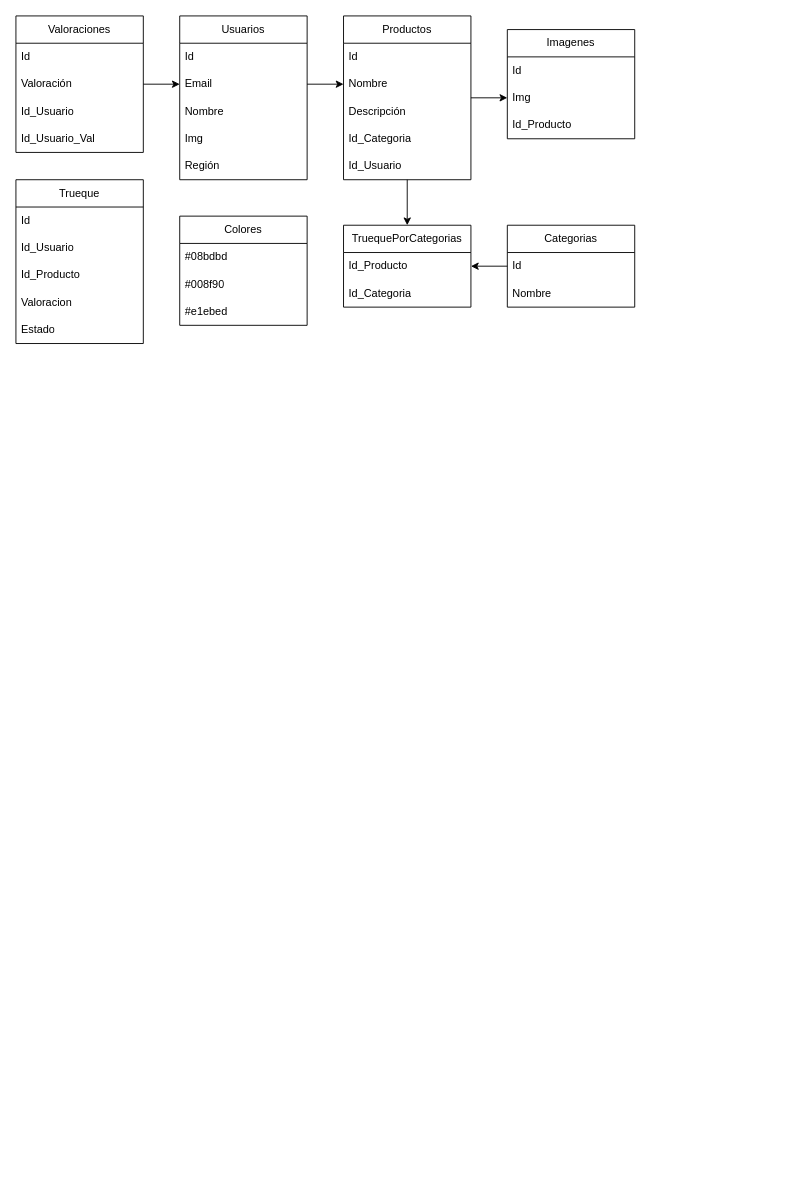
TheNefelin/Kambio_.NetCore keeps this draw.io diagram as Requerimiento/Kambio.drawio. Above is the earlier version. Source tidied: cells renumbered, new cells numbered last; positions are measured from the earlier drawing's top-left corner, leaving out a move shared by most shapes. Both pictures are drawn from the tidied source at 91%, with x=0, y=0 at pixel (15, 15).
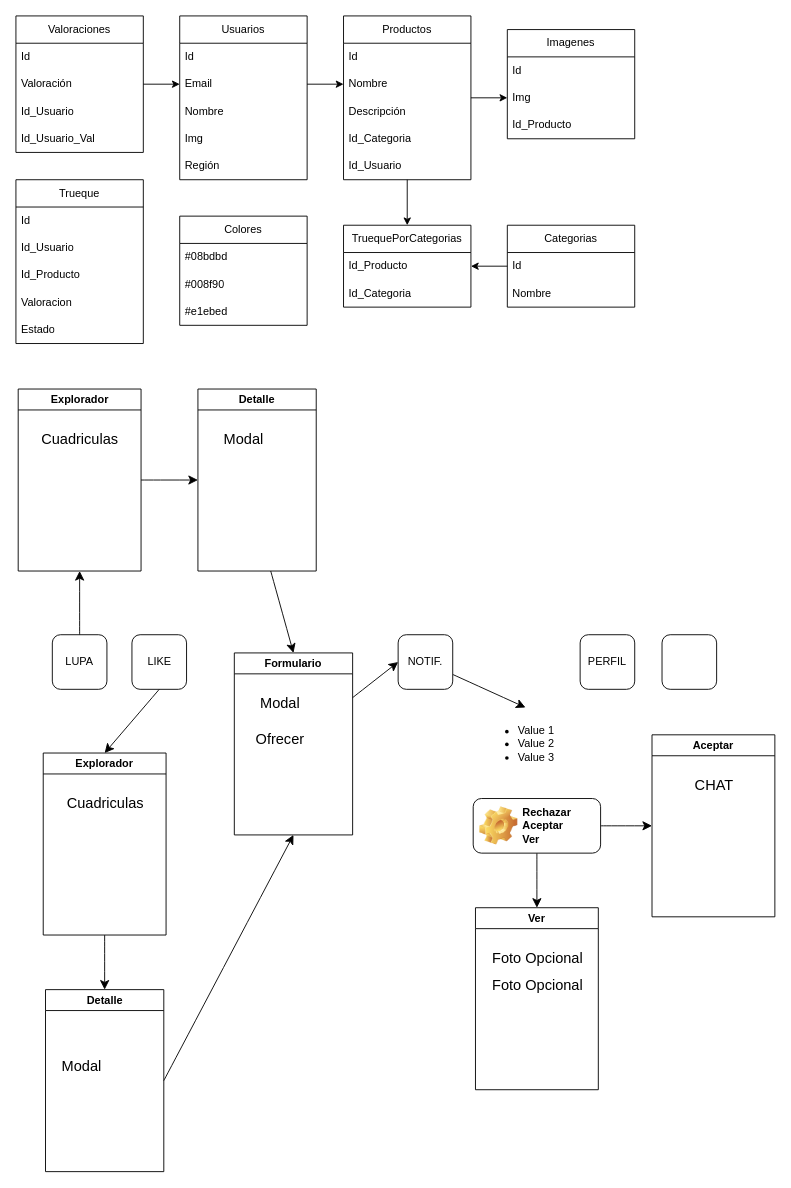
The same page after the edit.

Change to the diagram source:
```diff
@@
+    <mxCell id="44" style="edgeStyle=none;curved=1;rounded=0;jettySize=auto;html=1;entryX=0;entryY=0.5;entryDx=0;entryDy=0;fontSize=12;startSize=8;endSize=8;" parent="1" edge="1" source="45" target="56">
+      <mxGeometry relative="1" as="geometry" />
+    </mxCell>
+    <mxCell id="45" value="Explorador" style="swimlane;whiteSpace=wrap;html=1;" parent="1" vertex="1">
+      <mxGeometry x="2.5" y="410" width="135" height="200" as="geometry" />
+    </mxCell>
+    <mxCell id="46" value="Cuadriculas" style="text;html=1;align=center;verticalAlign=middle;strokeColor=none;fillColor=none;fontSize=16;" parent="45" vertex="1">
+      <mxGeometry x="12.5" y="40" width="110" height="30" as="geometry" />
+    </mxCell>
+    <mxCell id="47" style="edgeStyle=none;curved=1;rounded=0;jettySize=auto;html=1;entryX=0.5;entryY=1;entryDx=0;entryDy=0;fontSize=12;startSize=8;endSize=8;" parent="1" edge="1" source="48" target="45">
+      <mxGeometry relative="1" as="geometry" />
+    </mxCell>
+    <mxCell id="48" value="LUPA" style="rounded=1;whiteSpace=wrap;html=1;" parent="1" vertex="1">
+      <mxGeometry x="40" y="680" width="60" height="60" as="geometry" />
+    </mxCell>
+    <mxCell id="49" style="rounded=1;whiteSpace=wrap;html=1;" parent="1" vertex="1">
+      <mxGeometry x="710" y="680" width="60" height="60" as="geometry" />
+    </mxCell>
+    <mxCell id="50" style="edgeStyle=none;curved=1;rounded=0;jettySize=auto;html=1;fontSize=12;startSize=8;endSize=8;entryX=0.5;entryY=0;entryDx=0;entryDy=0;exitX=0.5;exitY=1;exitDx=0;exitDy=0;" parent="1" edge="1" source="51" target="62">
+      <mxGeometry relative="1" as="geometry" />
+    </mxCell>
+    <mxCell id="51" value="LIKE" style="rounded=1;whiteSpace=wrap;html=1;" parent="1" vertex="1">
+      <mxGeometry x="127.5" y="680" width="60" height="60" as="geometry" />
+    </mxCell>
+    <mxCell id="52" style="edgeStyle=none;curved=1;rounded=0;jettySize=auto;html=1;entryX=0.5;entryY=0;entryDx=0;entryDy=0;fontSize=12;startSize=8;endSize=8;" parent="1" edge="1" source="53" target="64">
+      <mxGeometry relative="1" as="geometry" />
+    </mxCell>
+    <mxCell id="53" value="NOTIF." style="rounded=1;whiteSpace=wrap;html=1;" parent="1" vertex="1">
+      <mxGeometry x="420" y="680" width="60" height="60" as="geometry" />
+    </mxCell>
+    <mxCell id="54" value="PERFIL" style="rounded=1;whiteSpace=wrap;html=1;" parent="1" vertex="1">
+      <mxGeometry x="620" y="680" width="60" height="60" as="geometry" />
+    </mxCell>
+    <mxCell id="55" style="edgeStyle=none;curved=1;rounded=0;jettySize=auto;html=1;entryX=0.5;entryY=0;entryDx=0;entryDy=0;fontSize=12;startSize=8;endSize=8;" parent="1" edge="1" target="66">
+      <mxGeometry relative="1" as="geometry">
+        <mxPoint x="280" y="610" as="sourcePoint" />
+      </mxGeometry>
+    </mxCell>
+    <mxCell id="56" value="Detalle" style="swimlane;whiteSpace=wrap;html=1;" parent="1" vertex="1">
+      <mxGeometry x="200" y="410" width="130" height="200" as="geometry" />
+    </mxCell>
+    <mxCell id="57" value="Modal" style="text;html=1;align=center;verticalAlign=middle;strokeColor=none;fillColor=none;fontSize=16;" parent="56" vertex="1">
+      <mxGeometry x="15" y="40" width="70" height="30" as="geometry" />
+    </mxCell>
+    <mxCell id="58" style="edgeStyle=none;curved=1;rounded=0;jettySize=auto;html=1;entryX=0.5;entryY=0;entryDx=0;entryDy=0;fontSize=12;startSize=8;endSize=8;exitX=0.5;exitY=1;exitDx=0;exitDy=0;" parent="1" edge="1" source="62" target="60">
+      <mxGeometry relative="1" as="geometry" />
+    </mxCell>
+    <mxCell id="59" style="edgeStyle=none;curved=1;rounded=0;jettySize=auto;html=1;entryX=0.5;entryY=1;entryDx=0;entryDy=0;fontSize=12;startSize=8;endSize=8;exitX=1;exitY=0.5;exitDx=0;exitDy=0;" parent="1" edge="1" source="60" target="66">
+      <mxGeometry relative="1" as="geometry" />
+    </mxCell>
+    <mxCell id="60" value="Detalle" style="swimlane;whiteSpace=wrap;html=1;" parent="1" vertex="1">
+      <mxGeometry x="32.5" y="1070" width="130" height="200" as="geometry" />
+    </mxCell>
+    <mxCell id="61" value="Modal" style="text;html=1;align=center;verticalAlign=middle;strokeColor=none;fillColor=none;fontSize=16;" parent="60" vertex="1">
+      <mxGeometry x="4" y="69" width="70" height="30" as="geometry" />
+    </mxCell>
+    <mxCell id="62" value="Explorador" style="swimlane;whiteSpace=wrap;html=1;" parent="1" vertex="1">
+      <mxGeometry x="30" y="810" width="135" height="200" as="geometry" />
+    </mxCell>
+    <mxCell id="63" value="Cuadriculas" style="text;html=1;align=center;verticalAlign=middle;strokeColor=none;fillColor=none;fontSize=16;" parent="62" vertex="1">
+      <mxGeometry x="12.5" y="40" width="110" height="30" as="geometry" />
+    </mxCell>
+    <mxCell id="64" value="&lt;ul&gt;&lt;li&gt;Value 1&lt;/li&gt;&lt;li&gt;Value 2&lt;/li&gt;&lt;li&gt;Value 3&lt;/li&gt;&lt;/ul&gt;" style="text;strokeColor=none;fillColor=none;html=1;whiteSpace=wrap;verticalAlign=middle;overflow=hidden;" parent="1" vertex="1">
+      <mxGeometry x="510" y="760" width="100" height="80" as="geometry" />
+    </mxCell>
+    <mxCell id="65" style="edgeStyle=none;curved=1;rounded=0;jettySize=auto;html=1;entryX=0;entryY=0.5;entryDx=0;entryDy=0;fontSize=12;startSize=8;endSize=8;" parent="1" edge="1" source="66" target="53">
+      <mxGeometry relative="1" as="geometry" />
+    </mxCell>
+    <mxCell id="66" value="Formulario" style="swimlane;whiteSpace=wrap;html=1;" parent="1" vertex="1">
+      <mxGeometry x="240" y="700" width="130" height="200" as="geometry" />
+    </mxCell>
+    <mxCell id="67" value="Modal" style="text;html=1;align=center;verticalAlign=middle;strokeColor=none;fillColor=none;fontSize=16;" parent="66" vertex="1">
+      <mxGeometry x="15" y="40" width="70" height="30" as="geometry" />
+    </mxCell>
+    <mxCell id="68" value="Ofrecer" style="text;html=1;align=center;verticalAlign=middle;strokeColor=none;fillColor=none;fontSize=16;" parent="66" vertex="1">
+      <mxGeometry x="10" y="80" width="80" height="30" as="geometry" />
+    </mxCell>
+    <mxCell id="69" style="edgeStyle=none;curved=1;rounded=0;jettySize=auto;html=1;entryX=0;entryY=0.5;entryDx=0;entryDy=0;fontSize=12;startSize=8;endSize=8;" parent="1" edge="1" source="71" target="72">
+      <mxGeometry relative="1" as="geometry" />
+    </mxCell>
+    <mxCell id="70" style="edgeStyle=none;curved=1;rounded=0;jettySize=auto;html=1;fontSize=12;startSize=8;endSize=8;" parent="1" edge="1" source="71" target="74">
+      <mxGeometry relative="1" as="geometry" />
+    </mxCell>
+    <mxCell id="71" value="Rechazar&lt;br&gt;Aceptar&lt;div&gt;Ver&lt;/div&gt;" style="label;whiteSpace=wrap;html=1;image=img/clipart/Gear_128x128.png;" parent="1" vertex="1">
+      <mxGeometry x="502.5" y="860" width="140" height="60" as="geometry" />
+    </mxCell>
+    <mxCell id="72" value="Aceptar" style="swimlane;whiteSpace=wrap;html=1;" parent="1" vertex="1">
+      <mxGeometry x="699" y="790" width="135" height="200" as="geometry" />
+    </mxCell>
+    <mxCell id="73" value="CHAT" style="text;html=1;align=center;verticalAlign=middle;strokeColor=none;fillColor=none;fontSize=16;" parent="72" vertex="1">
+      <mxGeometry x="32.5" y="40" width="70" height="30" as="geometry" />
+    </mxCell>
+    <mxCell id="74" value="Ver" style="swimlane;whiteSpace=wrap;html=1;startSize=23;" parent="1" vertex="1">
+      <mxGeometry x="505" y="980" width="135" height="200" as="geometry" />
+    </mxCell>
+    <mxCell id="75" value="Foto Opcional" style="text;html=1;align=center;verticalAlign=middle;strokeColor=none;fillColor=none;fontSize=16;" parent="74" vertex="1">
+      <mxGeometry x="7.5" y="40" width="120" height="30" as="geometry" />
+    </mxCell>
+    <mxCell id="76" value="Foto Opcional" style="text;html=1;align=center;verticalAlign=middle;strokeColor=none;fillColor=none;fontSize=16;" parent="74" vertex="1">
+      <mxGeometry x="7.5" y="70" width="120" height="30" as="geometry" />
+    </mxCell>
```
